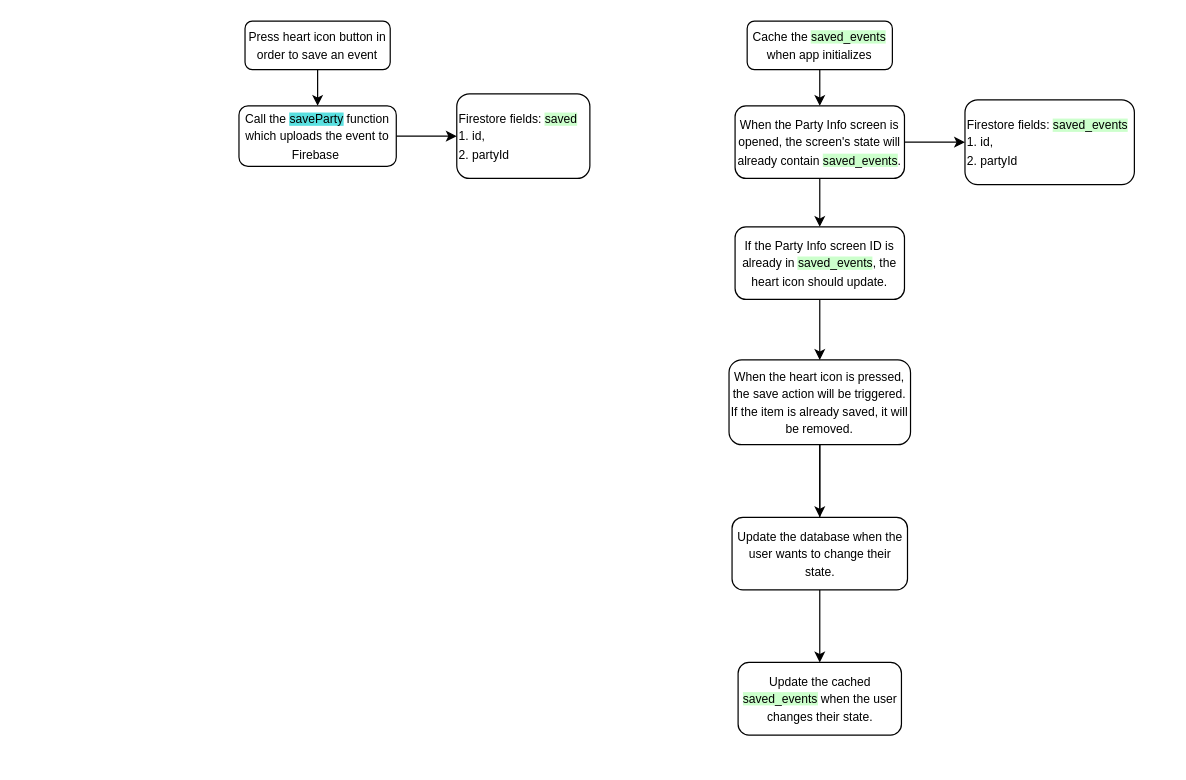
The draw.io diagram save_party_design.drawio in orchlonn/design-doc, before the edit. Source tidied: cells renumbered, new cells numbered last; positions are measured from the earlier drawing's top-left corner, leaving out a move shared by most shapes. Both pictures are drawn from the tidied source at 121%, with x=0, y=0 at pixel (238, 21).
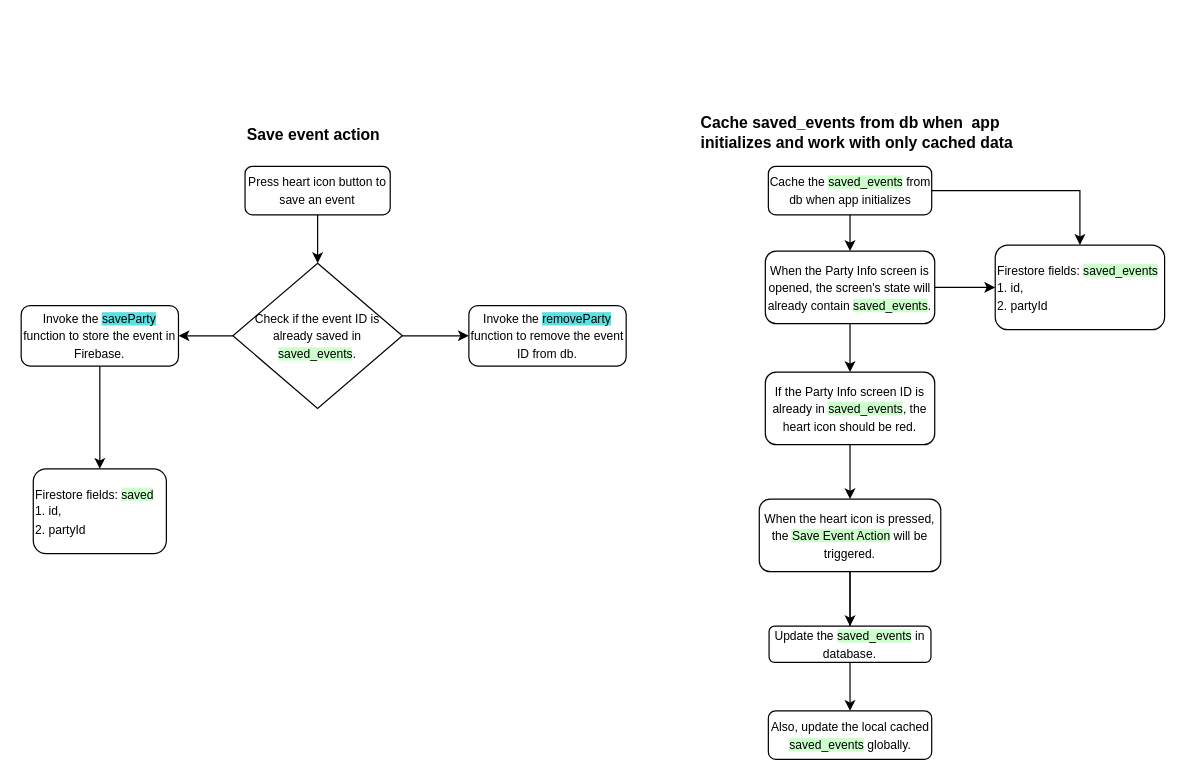
Above is the later version.

The edit, as a diff of the source:
```diff
@@
-    <mxCell id="2" style="edgeStyle=orthogonalEdgeStyle;rounded=0;jettySize=auto;html=1;" parent="1" edge="1" source="3" target="6">
-      <mxGeometry relative="1" as="geometry" />
-    </mxCell>
+    <mxCell id="20" style="edgeStyle=orthogonalEdgeStyle;rounded=0;jettySize=auto;html=1;" parent="1" edge="1" source="3" target="26">
+      <mxGeometry relative="1" as="geometry" />
+    </mxCell>
-    <mxCell id="3" value="&lt;font style=&quot;font-size: 10px;&quot;&gt;Press heart icon button in order to save an event&lt;/font&gt;" style="rounded=1;whiteSpace=wrap;html=1;fontSize=12;glass=0;strokeWidth=1;shadow=0;" parent="1" vertex="1">
-      <mxGeometry x="5" width="120" height="40" as="geometry" />
+    <mxCell id="3" value="&lt;font style=&quot;font-size: 10px;&quot;&gt;Press heart icon button to save an event&lt;/font&gt;" style="rounded=1;whiteSpace=wrap;html=1;fontSize=12;glass=0;strokeWidth=1;shadow=0;" parent="1" vertex="1">
+      <mxGeometry x="5" y="120" width="120" height="40" as="geometry" />
     </mxCell>
     <mxCell id="4" value="&lt;span style=&quot;font-size: 10px;&quot;&gt;Firestore fields: &lt;span style=&quot;background-color: rgb(204, 255, 204);&quot;&gt;saved&lt;/span&gt;&lt;/span&gt;&lt;div&gt;&lt;span style=&quot;font-size: 10px;&quot;&gt;1. id,&lt;/span&gt;&lt;/div&gt;&lt;div&gt;&lt;span style=&quot;font-size: 10px;&quot;&gt;2. partyId&lt;/span&gt;&lt;/div&gt;" style="rounded=1;whiteSpace=wrap;html=1;fontSize=12;glass=0;strokeWidth=1;shadow=0;align=left;" parent="1" vertex="1">
-      <mxGeometry x="180" y="60" width="110" height="70" as="geometry" />
+      <mxGeometry x="-170" y="370" width="110" height="70" as="geometry" />
     </mxCell>
@@
-    <mxCell id="6" value="&lt;font style=&quot;font-size: 10px;&quot;&gt;Call the&amp;nbsp;&lt;span style=&quot;background-color: rgb(90, 224, 224);&quot;&gt;saveParty&lt;/span&gt; function which uploads the event to Firebase&amp;nbsp;&lt;/font&gt;" style="rounded=1;whiteSpace=wrap;html=1;fontSize=12;glass=0;strokeWidth=1;shadow=0;" parent="1" vertex="1">
-      <mxGeometry y="70" width="130" height="50" as="geometry" />
+    <mxCell id="6" value="&lt;span style=&quot;font-size: 10px;&quot;&gt;Invoke the &lt;span style=&quot;background-color: rgb(90, 224, 224);&quot;&gt;saveParty&lt;/span&gt; function to store the event in Firebase.&lt;/span&gt;" style="rounded=1;whiteSpace=wrap;html=1;fontSize=12;glass=0;strokeWidth=1;shadow=0;" parent="1" vertex="1">
+      <mxGeometry x="-180" y="235" width="130" height="50" as="geometry" />
     </mxCell>
@@
+    <mxCell id="21" style="edgeStyle=orthogonalEdgeStyle;rounded=0;jettySize=auto;html=1;entryX=0.5;entryY=0;entryDx=0;entryDy=0;" parent="1" edge="1" source="8" target="9">
+      <mxGeometry relative="1" as="geometry" />
+    </mxCell>
-    <mxCell id="8" value="&lt;font style=&quot;font-size: 10px;&quot;&gt;Cache the &lt;span style=&quot;background-color: rgb(204, 255, 204);&quot;&gt;saved_events &lt;/span&gt;&lt;span style=&quot;background-color: rgb(255, 255, 255);&quot;&gt;when app&amp;nbsp;&lt;/span&gt;&lt;/font&gt;&lt;span style=&quot;font-size: 10px;&quot;&gt;initializes&lt;/span&gt;" style="rounded=1;whiteSpace=wrap;html=1;fontSize=12;glass=0;strokeWidth=1;shadow=0;" parent="1" vertex="1">
-      <mxGeometry x="420" width="120" height="40" as="geometry" />
+    <mxCell id="8" value="&lt;font style=&quot;font-size: 10px;&quot;&gt;Cache the &lt;span style=&quot;background-color: rgb(204, 255, 204);&quot;&gt;saved_events&lt;/span&gt;&lt;span style=&quot;background-color: rgb(255, 255, 255);&quot;&gt; from db&amp;nbsp;when app&amp;nbsp;&lt;/span&gt;&lt;/font&gt;&lt;span style=&quot;font-size: 10px;&quot;&gt;initializes&lt;/span&gt;" style="rounded=1;whiteSpace=wrap;html=1;fontSize=12;glass=0;strokeWidth=1;shadow=0;" parent="1" vertex="1">
+      <mxGeometry x="437.5" y="120" width="135" height="40" as="geometry" />
     </mxCell>
     <mxCell id="9" value="&lt;span style=&quot;font-size: 10px;&quot;&gt;Firestore fields: &lt;span style=&quot;background-color: rgb(204, 255, 204);&quot;&gt;saved_events&lt;/span&gt;&lt;/span&gt;&lt;div&gt;&lt;span style=&quot;font-size: 10px;&quot;&gt;1. id,&lt;/span&gt;&lt;/div&gt;&lt;div&gt;&lt;span style=&quot;font-size: 10px;&quot;&gt;2. partyId&lt;/span&gt;&lt;/div&gt;" style="rounded=1;whiteSpace=wrap;html=1;fontSize=12;glass=0;strokeWidth=1;shadow=0;align=left;" parent="1" vertex="1">
-      <mxGeometry x="600" y="65" width="140" height="70" as="geometry" />
+      <mxGeometry x="625" y="185" width="140" height="70" as="geometry" />
     </mxCell>
@@
     <mxCell id="12" value="&lt;span style=&quot;font-size: 10px;&quot;&gt;When the Party Info screen is opened, the screen's state will already contain &lt;span style=&quot;background-color: rgb(204, 255, 204);&quot;&gt;saved_events&lt;/span&gt;.&lt;/span&gt;" style="rounded=1;whiteSpace=wrap;html=1;fontSize=12;glass=0;strokeWidth=1;shadow=0;" parent="1" vertex="1">
-      <mxGeometry x="410" y="70" width="140" height="60" as="geometry" />
+      <mxGeometry x="435" y="190" width="140" height="60" as="geometry" />
     </mxCell>
@@
-    <mxCell id="14" value="&lt;span style=&quot;font-size: 10px;&quot;&gt;If the Party Info screen ID is already in &lt;span style=&quot;background-color: rgb(204, 255, 204);&quot;&gt;saved_events&lt;/span&gt;, the heart icon should update.&lt;/span&gt;" style="rounded=1;whiteSpace=wrap;html=1;fontSize=12;glass=0;strokeWidth=1;shadow=0;" parent="1" vertex="1">
-      <mxGeometry x="410" y="170" width="140" height="60" as="geometry" />
+    <mxCell id="14" value="&lt;span style=&quot;font-size: 10px;&quot;&gt;If the Party Info screen ID is already in &lt;span style=&quot;background-color: rgb(204, 255, 204);&quot;&gt;saved_events&lt;/span&gt;, the heart icon should be red.&lt;/span&gt;" style="rounded=1;whiteSpace=wrap;html=1;fontSize=12;glass=0;strokeWidth=1;shadow=0;" parent="1" vertex="1">
+      <mxGeometry x="435" y="290" width="140" height="60" as="geometry" />
     </mxCell>
@@
-    <mxCell id="17" value="&lt;font style=&quot;font-size: 10px;&quot;&gt;When the heart icon is pressed, the save action will be triggered. If the item is already saved, it will be removed.&lt;/font&gt;" style="rounded=1;whiteSpace=wrap;html=1;fontSize=12;glass=0;strokeWidth=1;shadow=0;" parent="1" vertex="1">
-      <mxGeometry x="405" y="280" width="150" height="70" as="geometry" />
+    <mxCell id="17" value="&lt;font style=&quot;font-size: 10px;&quot;&gt;When the heart icon is pressed, the &lt;span style=&quot;background-color: rgb(204, 255, 204);&quot;&gt;Save Event Action&lt;/span&gt; will be triggered.&lt;/font&gt;" style="rounded=1;whiteSpace=wrap;html=1;fontSize=12;glass=0;strokeWidth=1;shadow=0;" parent="1" vertex="1">
+      <mxGeometry x="430" y="395" width="150" height="60" as="geometry" />
     </mxCell>
-    <mxCell id="18" value="&lt;span style=&quot;font-size: 10px;&quot;&gt;Update the database when the user wants to change their state.&lt;/span&gt;" style="rounded=1;whiteSpace=wrap;html=1;fontSize=12;glass=0;strokeWidth=1;shadow=0;" parent="1" vertex="1">
-      <mxGeometry x="407.5" y="410" width="145" height="60" as="geometry" />
+    <mxCell id="18" value="&lt;span style=&quot;font-size: 10px;&quot;&gt;Update the&amp;nbsp;&lt;span style=&quot;background-color: rgb(204, 255, 204);&quot;&gt;saved_events&lt;/span&gt;&lt;span style=&quot;background-color: rgb(255, 255, 255);&quot;&gt; in database&lt;/span&gt;.&lt;/span&gt;" style="rounded=1;whiteSpace=wrap;html=1;fontSize=12;glass=0;strokeWidth=1;shadow=0;" parent="1" vertex="1">
+      <mxGeometry x="438.1" y="500" width="133.8" height="30" as="geometry" />
     </mxCell>
-    <mxCell id="19" value="&lt;span style=&quot;font-size: 10px;&quot;&gt;Update the cached &lt;span style=&quot;background-color: rgb(204, 255, 204);&quot;&gt;saved_events&lt;/span&gt; when the user changes their state.&lt;/span&gt;" style="rounded=1;whiteSpace=wrap;html=1;fontSize=12;glass=0;strokeWidth=1;shadow=0;" parent="1" vertex="1">
-      <mxGeometry x="412.5" y="530" width="135" height="60" as="geometry" />
+    <mxCell id="19" value="&lt;span style=&quot;font-size: 10px;&quot;&gt;Also, update the local cached &lt;span style=&quot;background-color: rgb(204, 255, 204);&quot;&gt;saved_events&lt;/span&gt;&lt;span style=&quot;background-color: rgb(255, 255, 255);&quot;&gt; globally.&lt;/span&gt;&lt;/span&gt;" style="rounded=1;whiteSpace=wrap;html=1;fontSize=12;glass=0;strokeWidth=1;shadow=0;" parent="1" vertex="1">
+      <mxGeometry x="437.5" y="570" width="135" height="40" as="geometry" />
     </mxCell>
+    <mxCell id="22" value="&lt;div style=&quot;text-align: center;&quot;&gt;&lt;b&gt;&lt;font style=&quot;font-size: 13px;&quot;&gt;Save event action&lt;/font&gt;&lt;/b&gt;&lt;br&gt;&lt;/div&gt;" style="text;whiteSpace=wrap;html=1;" parent="1" vertex="1">
+      <mxGeometry x="5" y="80" width="250" height="40" as="geometry" />
+    </mxCell>
+    <mxCell id="23" value="&lt;div style=&quot;&quot;&gt;&lt;span style=&quot;font-size: 13px;&quot;&gt;&lt;b&gt;Cache saved_events from db when&amp;nbsp; app initializes and work with only cached data&lt;/b&gt;&lt;/span&gt;&lt;/div&gt;" style="text;whiteSpace=wrap;html=1;align=left;" parent="1" vertex="1">
+      <mxGeometry x="380" y="70" width="297.5" height="40" as="geometry" />
+    </mxCell>
+    <mxCell id="24" style="edgeStyle=orthogonalEdgeStyle;rounded=0;jettySize=auto;html=1;" parent="1" edge="1" source="26" target="6">
+      <mxGeometry relative="1" as="geometry" />
+    </mxCell>
+    <mxCell id="25" style="edgeStyle=orthogonalEdgeStyle;rounded=0;jettySize=auto;html=1;" parent="1" edge="1" source="26" target="27">
+      <mxGeometry relative="1" as="geometry" />
+    </mxCell>
+    <mxCell id="26" value="&lt;span style=&quot;font-size: 10px;&quot;&gt;Check if the event ID is already saved in &lt;span style=&quot;background-color: rgb(204, 255, 204);&quot;&gt;saved_events&lt;/span&gt;.&lt;/span&gt;" style="rhombus;whiteSpace=wrap;html=1;" parent="1" vertex="1">
+      <mxGeometry x="-5" y="200" width="140" height="120" as="geometry" />
+    </mxCell>
+    <mxCell id="27" value="&lt;span style=&quot;font-size: 10px;&quot;&gt;Invoke the &lt;span style=&quot;background-color: rgb(90, 224, 224);&quot;&gt;removeParty&lt;/span&gt; function to remove the event ID from db.&lt;/span&gt;" style="rounded=1;whiteSpace=wrap;html=1;fontSize=12;glass=0;strokeWidth=1;shadow=0;" parent="1" vertex="1">
+      <mxGeometry x="190" y="235" width="130" height="50" as="geometry" />
+    </mxCell>
```
